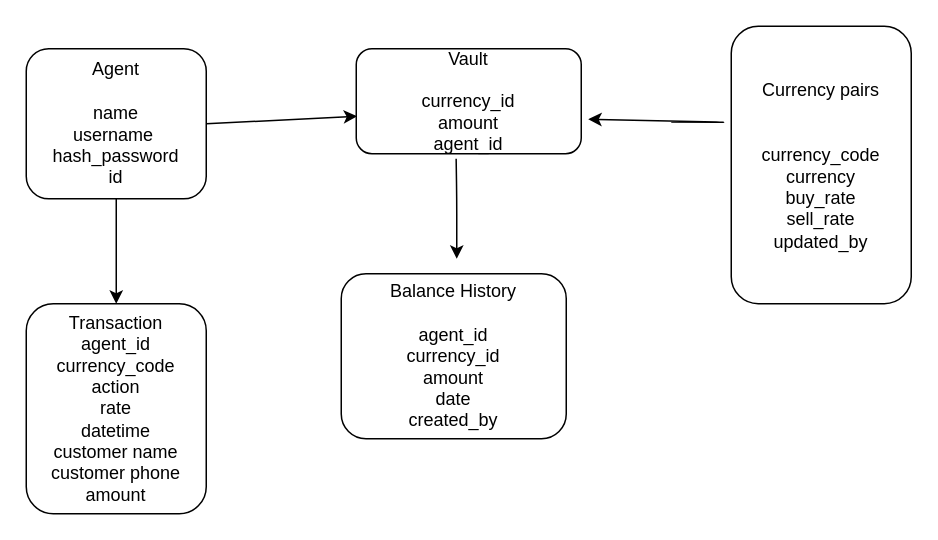
Before: diags.drawio in spykat21/currency_trader, a draw.io diagram. Source tidied: cells renumbered, new cells numbered last; positions are measured from the earlier drawing's top-left corner, leaving out a move shared by most shapes. Both pictures are drawn from the tidied source at 150%, with x=0, y=0 at pixel (26, 26).
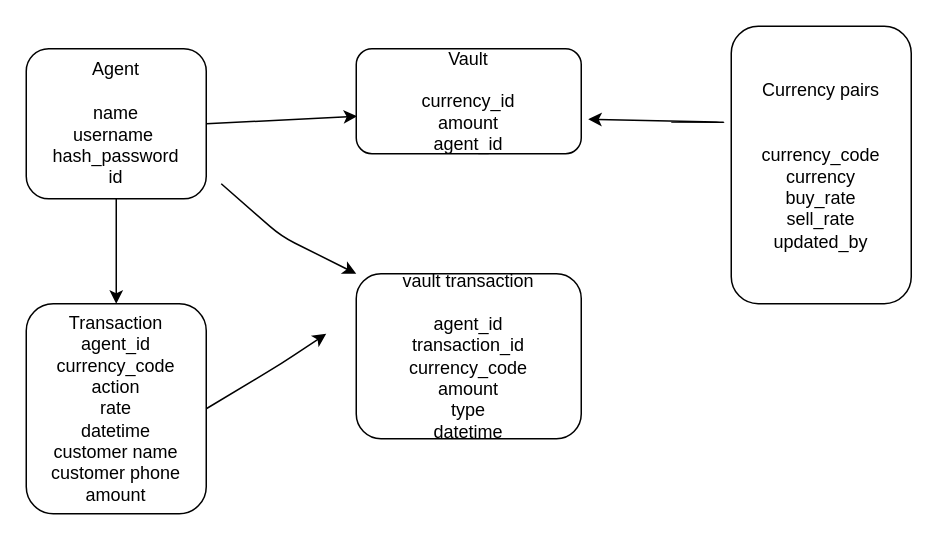
After the change.

Diff of the diagram source:
```diff
@@
 <mxGraphModel>
   <root>
     <mxCell id="0" />
     <mxCell id="1" parent="0" />
     <mxCell id="2" value="Agent&lt;br&gt;&lt;br&gt;name&lt;br&gt;username&amp;nbsp;&lt;br&gt;hash_password&lt;br&gt;id" style="rounded=1;whiteSpace=wrap;html=1;" parent="1" vertex="1">
       <mxGeometry y="15" width="120" height="100" as="geometry" />
     </mxCell>
     <mxCell id="3" value="Currency pairs&lt;br&gt;&lt;br&gt;&lt;br&gt;currency_code&lt;br&gt;currency&lt;br&gt;buy_rate&lt;br&gt;sell_rate&lt;br&gt;updated_by" style="rounded=1;whiteSpace=wrap;html=1;" parent="1" vertex="1">
       <mxGeometry x="470" width="120" height="185" as="geometry" />
     </mxCell>
     <mxCell id="4" value="Transaction&lt;br&gt;agent_id&lt;br&gt;currency_code&lt;br&gt;action&lt;br&gt;rate&lt;br&gt;datetime&lt;br&gt;customer name&lt;br&gt;customer phone&lt;br&gt;amount" style="rounded=1;whiteSpace=wrap;html=1;" parent="1" vertex="1">
       <mxGeometry y="185" width="120" height="140" as="geometry" />
     </mxCell>
     <mxCell id="5" value="Vault&lt;br&gt;&lt;br&gt;currency_id&lt;br&gt;amount&lt;br&gt;agent_id" style="rounded=1;whiteSpace=wrap;html=1;" parent="1" vertex="1">
       <mxGeometry x="220" y="15" width="150" height="70" as="geometry" />
     </mxCell>
-    <mxCell id="6" value="Balance History&lt;br&gt;&lt;br&gt;agent_id&lt;br&gt;currency_id&lt;br&gt;amount&lt;br&gt;date&lt;br&gt;created_by" style="rounded=1;whiteSpace=wrap;html=1;" parent="1" vertex="1">
-      <mxGeometry x="210" y="165" width="150" height="110" as="geometry" />
+    <mxCell id="6" value="vault transaction&lt;br&gt;&lt;br&gt;agent_id&lt;br&gt;transaction_id&lt;br&gt;currency_code&lt;br&gt;amount&lt;br&gt;type&lt;br&gt;datetime" style="rounded=1;whiteSpace=wrap;html=1;" parent="1" vertex="1">
+      <mxGeometry x="220" y="165" width="150" height="110" as="geometry" />
     </mxCell>
     <mxCell id="7" style="endArrow=classic;html=1;exitX=1;exitY=0.5;exitDx=0;exitDy=0;entryX=0.004;entryY=0.643;entryDx=0;entryDy=0;entryPerimeter=0;" parent="1" edge="1" source="2" target="5">
       <mxGeometry relative="1" as="geometry" />
     </mxCell>
-    <mxCell id="8" style="endArrow=classic;html=1;exitX=0.444;exitY=1.048;exitDx=0;exitDy=0;exitPerimeter=0;" parent="1" edge="1" source="5">
-      <mxGeometry relative="1" as="geometry">
-        <mxPoint x="287" y="155" as="targetPoint" />
-        <Array as="points">
-          <mxPoint x="287" y="115" />
-        </Array>
-      </mxGeometry>
-    </mxCell>
     <mxCell id="9" style="endArrow=classic;html=1;" parent="1" edge="1" source="2">
       <mxGeometry relative="1" as="geometry">
         <mxPoint x="60" y="185" as="targetPoint" />
       </mxGeometry>
     </mxCell>
     <mxCell id="10" style="endArrow=classic;html=1;exitX=1;exitY=0.5;exitDx=0;exitDy=0;entryX=1.031;entryY=0.671;entryDx=0;entryDy=0;entryPerimeter=0;" parent="1" edge="1" target="5">
       <mxGeometry relative="1" as="geometry">
         <mxPoint x="430" y="63.8" as="sourcePoint" />
         <Array as="points">
           <mxPoint x="470" y="64" />
         </Array>
       </mxGeometry>
     </mxCell>
+    <mxCell id="11" style="endArrow=classic;html=1;exitX=1;exitY=0.5;exitDx=0;exitDy=0;" parent="1" edge="1" source="4">
+      <mxGeometry relative="1" as="geometry">
+        <mxPoint x="200" y="205" as="targetPoint" />
+        <Array as="points">
+          <mxPoint x="170" y="225" />
+        </Array>
+      </mxGeometry>
+    </mxCell>
+    <mxCell id="12" style="endArrow=classic;html=1;entryX=0;entryY=0;entryDx=0;entryDy=0;" parent="1" edge="1" target="6">
+      <mxGeometry relative="1" as="geometry">
+        <mxPoint x="130" y="105" as="sourcePoint" />
+        <Array as="points">
+          <mxPoint x="170" y="140" />
+        </Array>
+      </mxGeometry>
+    </mxCell>
   </root>
 </mxGraphModel>
```
